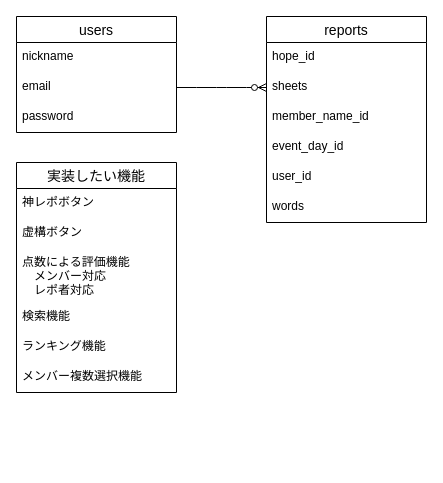
koyama1058/handshare keeps this draw.io diagram as handshare.dio. Above is the earlier version. Source tidied: cells renumbered, new cells numbered last; positions are measured from the earlier drawing's top-left corner, leaving out a move shared by most shapes. Both pictures are drawn from the tidied source at 100%, with x=0, y=0 at pixel (16, 16).
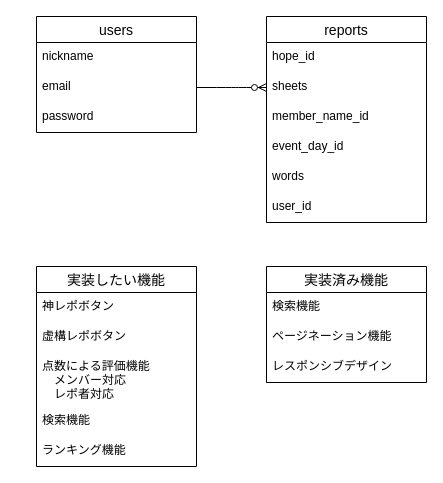
After the change.

Unchanged cells that the change refers to:
```xml
<mxCell id="2" value="reports" style="swimlane;fontStyle=0;horizontal=1;startSize=26;align=center;fontSize=14;" parent="1" vertex="1">
  <mxGeometry x="250" width="160" height="206" as="geometry" />
</mxCell>
```

Change to the diagram source:
```diff
@@
+    <mxCell id="8" value="words" style="text;strokeColor=none;fillColor=none;spacingLeft=4;spacingRight=4;overflow=hidden;fontSize=12;" parent="2" vertex="1">
+      <mxGeometry y="146" width="160" height="30" as="geometry" />
+    </mxCell>
     <mxCell id="7" value="user_id" style="text;strokeColor=none;fillColor=none;spacingLeft=4;spacingRight=4;overflow=hidden;fontSize=12;" parent="2" vertex="1">
-      <mxGeometry y="146" width="160" height="30" as="geometry" />
+      <mxGeometry y="176" width="160" height="30" as="geometry" />
     </mxCell>
-    <mxCell id="8" value="words" style="text;strokeColor=none;fillColor=none;spacingLeft=4;spacingRight=4;overflow=hidden;fontSize=12;" parent="2" vertex="1">
-      <mxGeometry y="176" width="160" height="30" as="geometry" />
-    </mxCell>
@@
+    <mxCell id="14" value="実装済み機能" style="swimlane;fontStyle=0;horizontal=1;startSize=26;align=center;fontSize=14;" parent="1" vertex="1">
+      <mxGeometry x="250" y="250" width="160" height="116" as="geometry" />
+    </mxCell>
+    <mxCell id="18" value="検索機能" style="text;strokeColor=none;fillColor=none;spacingLeft=4;spacingRight=4;overflow=hidden;fontSize=12;" parent="14" vertex="1">
+      <mxGeometry y="26" width="160" height="30" as="geometry" />
+    </mxCell>
+    <mxCell id="21" value="ページネーション機能&#10;" style="text;strokeColor=none;fillColor=none;spacingLeft=4;spacingRight=4;overflow=hidden;fontSize=12;" parent="14" vertex="1">
+      <mxGeometry y="56" width="160" height="30" as="geometry" />
+    </mxCell>
+    <mxCell id="22" value="レスポンシブデザイン" style="text;strokeColor=none;fillColor=none;spacingLeft=4;spacingRight=4;overflow=hidden;fontSize=12;" parent="14" vertex="1">
+      <mxGeometry y="86" width="160" height="30" as="geometry" />
+    </mxCell>
     <mxCell id="10" value="users" style="swimlane;fontStyle=0;horizontal=1;startSize=26;align=center;fontSize=14;" parent="1" vertex="1">
-      <mxGeometry width="160" height="116" as="geometry" />
+      <mxGeometry x="20" width="160" height="116" as="geometry" />
     </mxCell>
@@
-    <mxCell id="14" value="実装したい機能" style="swimlane;fontStyle=0;horizontal=1;startSize=26;align=center;fontSize=14;" parent="1" vertex="1">
-      <mxGeometry y="146" width="160" height="230" as="geometry" />
-    </mxCell>
+    <mxCell id="23" value="実装したい機能" style="swimlane;fontStyle=0;horizontal=1;startSize=26;align=center;fontSize=14;" parent="1" vertex="1">
+      <mxGeometry x="20" y="250" width="160" height="200" as="geometry" />
+    </mxCell>
-    <mxCell id="15" value="神レポボタン" style="text;strokeColor=none;fillColor=none;spacingLeft=4;spacingRight=4;overflow=hidden;fontSize=12;" parent="14" vertex="1">
+    <mxCell id="15" value="神レポボタン" style="text;strokeColor=none;fillColor=none;spacingLeft=4;spacingRight=4;overflow=hidden;fontSize=12;" parent="23" vertex="1">
       <mxGeometry y="26" width="160" height="30" as="geometry" />
     </mxCell>
-    <mxCell id="16" value="虚構ボタン" style="text;strokeColor=none;fillColor=none;spacingLeft=4;spacingRight=4;overflow=hidden;fontSize=12;" parent="14" vertex="1">
-      <mxGeometry y="56" width="160" height="30" as="geometry" />
-    </mxCell>
+    <mxCell id="24" value="虚構レポボタン" style="text;strokeColor=none;fillColor=none;spacingLeft=4;spacingRight=4;overflow=hidden;fontSize=12;" parent="23" vertex="1">
+      <mxGeometry y="56" width="160" height="30" as="geometry" />
+    </mxCell>
-    <mxCell id="17" value="点数による評価機能&#10;　メンバー対応&#10;　レポ者対応&#10;" style="text;strokeColor=none;fillColor=none;spacingLeft=4;spacingRight=4;overflow=hidden;fontSize=12;" parent="14" vertex="1">
+    <mxCell id="17" value="点数による評価機能&#10;　メンバー対応&#10;　レポ者対応&#10;" style="text;strokeColor=none;fillColor=none;spacingLeft=4;spacingRight=4;overflow=hidden;fontSize=12;" parent="23" vertex="1">
       <mxGeometry y="86" width="160" height="54" as="geometry" />
     </mxCell>
-    <mxCell id="18" value="検索機能" style="text;strokeColor=none;fillColor=none;spacingLeft=4;spacingRight=4;overflow=hidden;fontSize=12;" parent="14" vertex="1">
-      <mxGeometry y="140" width="160" height="30" as="geometry" />
-    </mxCell>
+    <mxCell id="25" value="検索機能" style="text;strokeColor=none;fillColor=none;spacingLeft=4;spacingRight=4;overflow=hidden;fontSize=12;" parent="23" vertex="1">
+      <mxGeometry y="140" width="160" height="30" as="geometry" />
+    </mxCell>
-    <mxCell id="19" value="ランキング機能&#10;" style="text;strokeColor=none;fillColor=none;spacingLeft=4;spacingRight=4;overflow=hidden;fontSize=12;" parent="14" vertex="1">
+    <mxCell id="19" value="ランキング機能&#10;" style="text;strokeColor=none;fillColor=none;spacingLeft=4;spacingRight=4;overflow=hidden;fontSize=12;" parent="23" vertex="1">
       <mxGeometry y="170" width="160" height="30" as="geometry" />
     </mxCell>
-    <mxCell id="20" value="メンバー複数選択機能" style="text;strokeColor=none;fillColor=none;spacingLeft=4;spacingRight=4;overflow=hidden;fontSize=12;" parent="14" vertex="1">
-      <mxGeometry y="200" width="160" height="30" as="geometry" />
-    </mxCell>
```
